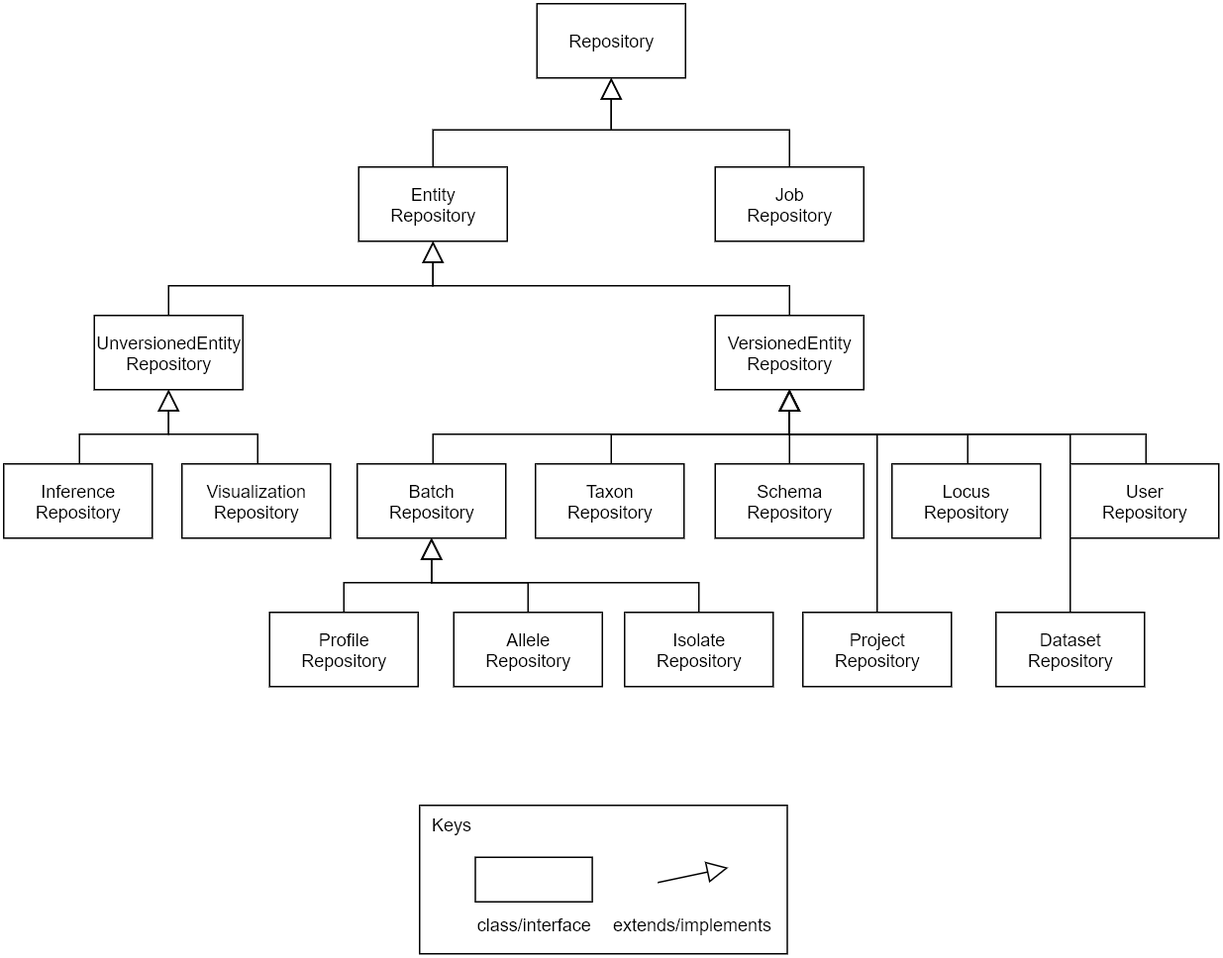
This is wiki/images/phylodb-generalization-repositories.png from phyloviz/phyloDB, a draw.io export, as it was before one commit. Source tidied: cells renumbered, new cells last; positions are measured from the earlier drawing's top-left corner, leaving out a move shared by most shapes. The source it was exported from:
```xml
<mxGraphModel>
  <root>
    <mxCell id="0" />
    <mxCell id="1" parent="0" />
    <mxCell id="2" value="Repository" style="html=1;" parent="1" vertex="1">
      <mxGeometry x="359" width="100" height="50" as="geometry" />
    </mxCell>
    <mxCell id="3" style="edgeStyle=orthogonalEdgeStyle;rounded=0;jettySize=auto;html=1;exitX=0.5;exitY=0;exitDx=0;exitDy=0;entryX=0.5;entryY=1;entryDx=0;entryDy=0;endArrow=block;endFill=0;endSize=12;" parent="1" edge="1" source="4" target="2">
      <mxGeometry relative="1" as="geometry" />
    </mxCell>
    <mxCell id="4" value="Entity&lt;br&gt;Repository" style="html=1;" parent="1" vertex="1">
      <mxGeometry x="239" y="110" width="100" height="50" as="geometry" />
    </mxCell>
    <mxCell id="5" style="edgeStyle=orthogonalEdgeStyle;rounded=0;jettySize=auto;html=1;exitX=0.5;exitY=0;exitDx=0;exitDy=0;entryX=0.5;entryY=1;entryDx=0;entryDy=0;endArrow=block;endFill=0;endSize=12;" parent="1" edge="1" source="6" target="4">
      <mxGeometry relative="1" as="geometry">
        <Array as="points">
          <mxPoint x="111" y="190" />
          <mxPoint x="289" y="190" />
        </Array>
      </mxGeometry>
    </mxCell>
    <mxCell id="6" value="UnversionedEntity&lt;br&gt;Repository" style="html=1;" parent="1" vertex="1">
      <mxGeometry x="61" y="210" width="100" height="50" as="geometry" />
    </mxCell>
    <mxCell id="7" style="edgeStyle=orthogonalEdgeStyle;rounded=0;jettySize=auto;html=1;exitX=0.5;exitY=0;exitDx=0;exitDy=0;entryX=0.5;entryY=1;entryDx=0;entryDy=0;endArrow=block;endFill=0;endSize=12;" parent="1" edge="1" source="8" target="4">
      <mxGeometry relative="1" as="geometry">
        <Array as="points">
          <mxPoint x="511" y="190" />
          <mxPoint x="329" y="190" />
        </Array>
      </mxGeometry>
    </mxCell>
    <mxCell id="8" value="VersionedEntity&lt;br&gt;Repository" style="html=1;" parent="1" vertex="1">
      <mxGeometry x="479" y="210" width="100" height="50" as="geometry" />
    </mxCell>
    <mxCell id="9" style="edgeStyle=orthogonalEdgeStyle;rounded=0;jettySize=auto;html=1;exitX=0.5;exitY=0;exitDx=0;exitDy=0;entryX=0.5;entryY=1;entryDx=0;entryDy=0;endArrow=block;endFill=0;endSize=12;" parent="1" edge="1" source="10" target="2">
      <mxGeometry relative="1" as="geometry" />
    </mxCell>
    <mxCell id="10" value="Job&lt;br&gt;Repository" style="html=1;" parent="1" vertex="1">
      <mxGeometry x="479" y="110" width="100" height="50" as="geometry" />
    </mxCell>
    <mxCell id="11" style="edgeStyle=orthogonalEdgeStyle;rounded=0;jettySize=auto;html=1;exitX=0.5;exitY=0;exitDx=0;exitDy=0;entryX=0.5;entryY=1;entryDx=0;entryDy=0;endArrow=block;endFill=0;endSize=12;" parent="1" edge="1" source="12" target="6">
      <mxGeometry relative="1" as="geometry">
        <Array as="points">
          <mxPoint x="171" y="310" />
          <mxPoint x="171" y="290" />
          <mxPoint x="111" y="290" />
        </Array>
      </mxGeometry>
    </mxCell>
    <mxCell id="12" value="Visualization&lt;br&gt;Repository" style="html=1;" parent="1" vertex="1">
      <mxGeometry x="120" y="310" width="100" height="50" as="geometry" />
    </mxCell>
    <mxCell id="13" style="edgeStyle=orthogonalEdgeStyle;rounded=0;jettySize=auto;html=1;exitX=0.5;exitY=0;exitDx=0;exitDy=0;entryX=0.5;entryY=1;entryDx=0;entryDy=0;endArrow=block;endFill=0;endSize=12;" parent="1" edge="1" source="14" target="6">
      <mxGeometry relative="1" as="geometry">
        <Array as="points">
          <mxPoint x="51" y="310" />
          <mxPoint x="51" y="290" />
          <mxPoint x="111" y="290" />
        </Array>
      </mxGeometry>
    </mxCell>
    <mxCell id="14" value="Inference&lt;br&gt;Repository" style="html=1;" parent="1" vertex="1">
      <mxGeometry y="310" width="100" height="50" as="geometry" />
    </mxCell>
    <mxCell id="15" style="edgeStyle=orthogonalEdgeStyle;rounded=0;jettySize=auto;html=1;exitX=0.5;exitY=0;exitDx=0;exitDy=0;startArrow=none;startFill=0;endArrow=block;endFill=0;endSize=12;entryX=0.5;entryY=1;entryDx=0;entryDy=0;" parent="1" edge="1" source="16" target="8">
      <mxGeometry relative="1" as="geometry" />
    </mxCell>
    <mxCell id="16" value="Schema&lt;br&gt;Repository" style="html=1;" parent="1" vertex="1">
      <mxGeometry x="479" y="310" width="100" height="50" as="geometry" />
    </mxCell>
    <mxCell id="17" style="edgeStyle=orthogonalEdgeStyle;rounded=0;jettySize=auto;html=1;exitX=0.5;exitY=0;exitDx=0;exitDy=0;entryX=0.5;entryY=1;entryDx=0;entryDy=0;startArrow=none;startFill=0;endArrow=block;endFill=0;endSize=12;" parent="1" edge="1" source="18" target="40">
      <mxGeometry relative="1" as="geometry">
        <Array as="points">
          <mxPoint x="229" y="390" />
          <mxPoint x="288" y="390" />
        </Array>
      </mxGeometry>
    </mxCell>
    <mxCell id="18" value="Profile&lt;br&gt;Repository" style="html=1;" parent="1" vertex="1">
      <mxGeometry x="179" y="410" width="100" height="50" as="geometry" />
    </mxCell>
    <mxCell id="19" style="edgeStyle=orthogonalEdgeStyle;rounded=0;jettySize=auto;html=1;exitX=0.5;exitY=0;exitDx=0;exitDy=0;entryX=0.5;entryY=1;entryDx=0;entryDy=0;startArrow=none;startFill=0;endArrow=block;endFill=0;endSize=12;" parent="1" edge="1" source="20" target="8">
      <mxGeometry relative="1" as="geometry">
        <Array as="points">
          <mxPoint x="718" y="290" />
          <mxPoint x="529" y="290" />
        </Array>
      </mxGeometry>
    </mxCell>
    <mxCell id="20" value="Dataset&lt;br&gt;Repository" style="html=1;" parent="1" vertex="1">
      <mxGeometry x="668" y="410" width="100" height="50" as="geometry" />
    </mxCell>
    <mxCell id="21" style="edgeStyle=orthogonalEdgeStyle;rounded=0;jettySize=auto;html=1;exitX=0.5;exitY=0;exitDx=0;exitDy=0;entryX=0.5;entryY=1;entryDx=0;entryDy=0;startArrow=none;startFill=0;endArrow=block;endFill=0;endSize=12;" parent="1" edge="1" source="22" target="40">
      <mxGeometry relative="1" as="geometry" />
    </mxCell>
    <mxCell id="22" value="Isolate&lt;br&gt;Repository" style="html=1;" parent="1" vertex="1">
      <mxGeometry x="418" y="410" width="100" height="50" as="geometry" />
    </mxCell>
    <mxCell id="23" style="edgeStyle=orthogonalEdgeStyle;rounded=0;jettySize=auto;html=1;exitX=0.5;exitY=0;exitDx=0;exitDy=0;entryX=0.5;entryY=1;entryDx=0;entryDy=0;startArrow=none;startFill=0;endArrow=block;endFill=0;endSize=12;" parent="1" edge="1" source="24" target="8">
      <mxGeometry relative="1" as="geometry">
        <Array as="points">
          <mxPoint x="769" y="310" />
          <mxPoint x="769" y="290" />
          <mxPoint x="529" y="290" />
        </Array>
      </mxGeometry>
    </mxCell>
    <mxCell id="24" value="User&lt;br&gt;Repository" style="html=1;" parent="1" vertex="1">
      <mxGeometry x="718" y="310" width="100" height="50" as="geometry" />
    </mxCell>
    <mxCell id="25" style="edgeStyle=orthogonalEdgeStyle;rounded=0;jettySize=auto;html=1;entryX=0.5;entryY=1;entryDx=0;entryDy=0;startArrow=none;startFill=0;endArrow=block;endFill=0;endSize=12;" parent="1" edge="1" source="26" target="8">
      <mxGeometry relative="1" as="geometry">
        <Array as="points">
          <mxPoint x="588" y="290" />
          <mxPoint x="529" y="290" />
        </Array>
      </mxGeometry>
    </mxCell>
    <mxCell id="26" value="Project&lt;br&gt;Repository" style="html=1;" parent="1" vertex="1">
      <mxGeometry x="538" y="410" width="100" height="50" as="geometry" />
    </mxCell>
    <mxCell id="27" style="edgeStyle=orthogonalEdgeStyle;rounded=0;jettySize=auto;html=1;exitX=0.5;exitY=0;exitDx=0;exitDy=0;entryX=0.5;entryY=1;entryDx=0;entryDy=0;startArrow=none;startFill=0;endArrow=block;endFill=0;endSize=12;" parent="1" edge="1" source="28" target="8">
      <mxGeometry relative="1" as="geometry">
        <Array as="points">
          <mxPoint x="409" y="310" />
          <mxPoint x="409" y="290" />
          <mxPoint x="529" y="290" />
        </Array>
      </mxGeometry>
    </mxCell>
    <mxCell id="28" value="Taxon&lt;br&gt;Repository" style="html=1;" parent="1" vertex="1">
      <mxGeometry x="358" y="310" width="100" height="50" as="geometry" />
    </mxCell>
    <mxCell id="29" style="edgeStyle=orthogonalEdgeStyle;rounded=0;jettySize=auto;html=1;exitX=0.5;exitY=0;exitDx=0;exitDy=0;entryX=0.5;entryY=1;entryDx=0;entryDy=0;startArrow=none;startFill=0;endArrow=block;endFill=0;endSize=12;" parent="1" edge="1" source="30" target="8">
      <mxGeometry relative="1" as="geometry">
        <Array as="points">
          <mxPoint x="649" y="310" />
          <mxPoint x="649" y="290" />
          <mxPoint x="529" y="290" />
        </Array>
      </mxGeometry>
    </mxCell>
    <mxCell id="30" value="Locus&lt;br&gt;Repository" style="html=1;" parent="1" vertex="1">
      <mxGeometry x="598" y="310" width="100" height="50" as="geometry" />
    </mxCell>
    <mxCell id="31" style="edgeStyle=orthogonalEdgeStyle;rounded=0;jettySize=auto;html=1;exitX=0.5;exitY=0;exitDx=0;exitDy=0;entryX=0.5;entryY=1;entryDx=0;entryDy=0;startArrow=none;startFill=0;endArrow=block;endFill=0;endSize=12;" parent="1" edge="1" source="32" target="40">
      <mxGeometry relative="1" as="geometry" />
    </mxCell>
    <mxCell id="32" value="Allele&lt;br&gt;Repository" style="html=1;" parent="1" vertex="1">
      <mxGeometry x="303" y="410" width="100" height="50" as="geometry" />
    </mxCell>
    <mxCell id="33" style="group;" parent="1" vertex="1">
      <mxGeometry x="280" y="540" width="247.5" height="100" as="geometry" />
    </mxCell>
    <mxCell id="34" value="&amp;nbsp; Keys" style="rounded=0;whiteSpace=wrap;html=1;align=left;verticalAlign=top;" parent="33" vertex="1">
      <mxGeometry width="247.5" height="100" as="geometry" />
    </mxCell>
    <mxCell id="35" style="endArrow=block;html=1;exitX=1;exitY=0.5;exitDx=0;exitDy=0;startArrow=none;startFill=0;endFill=0;endSize=12;" parent="33" edge="1">
      <mxGeometry relative="1" as="geometry">
        <mxPoint x="160.3" y="52" as="sourcePoint" />
        <mxPoint x="207.7" y="42" as="targetPoint" />
      </mxGeometry>
    </mxCell>
    <mxCell id="36" value="extends/implements" style="text;html=1;strokeColor=none;fillColor=none;align=center;verticalAlign=middle;whiteSpace=wrap;rounded=0;" parent="33" vertex="1">
      <mxGeometry x="139" y="70" width="89.5" height="20" as="geometry" />
    </mxCell>
    <mxCell id="37" value="class/interface" style="text;html=1;strokeColor=none;fillColor=none;align=center;verticalAlign=middle;whiteSpace=wrap;rounded=0;" parent="33" vertex="1">
      <mxGeometry x="45.5" y="70" width="62.7" height="20" as="geometry" />
    </mxCell>
    <mxCell id="38" style="rounded=0;whiteSpace=wrap;html=1;" parent="33" vertex="1">
      <mxGeometry x="37.5" y="35" width="78.7" height="30" as="geometry" />
    </mxCell>
    <mxCell id="39" style="edgeStyle=orthogonalEdgeStyle;rounded=0;jettySize=auto;html=1;exitX=0.5;exitY=0;exitDx=0;exitDy=0;startArrow=none;startFill=0;endArrow=block;endFill=0;endSize=12;" parent="1" edge="1" source="40" target="8">
      <mxGeometry relative="1" as="geometry">
        <Array as="points">
          <mxPoint x="289" y="310" />
          <mxPoint x="289" y="290" />
          <mxPoint x="529" y="290" />
        </Array>
      </mxGeometry>
    </mxCell>
    <mxCell id="40" value="Batch&lt;br&gt;Repository" style="html=1;" parent="1" vertex="1">
      <mxGeometry x="238" y="310" width="100" height="50" as="geometry" />
    </mxCell>
  </root>
</mxGraphModel>
```
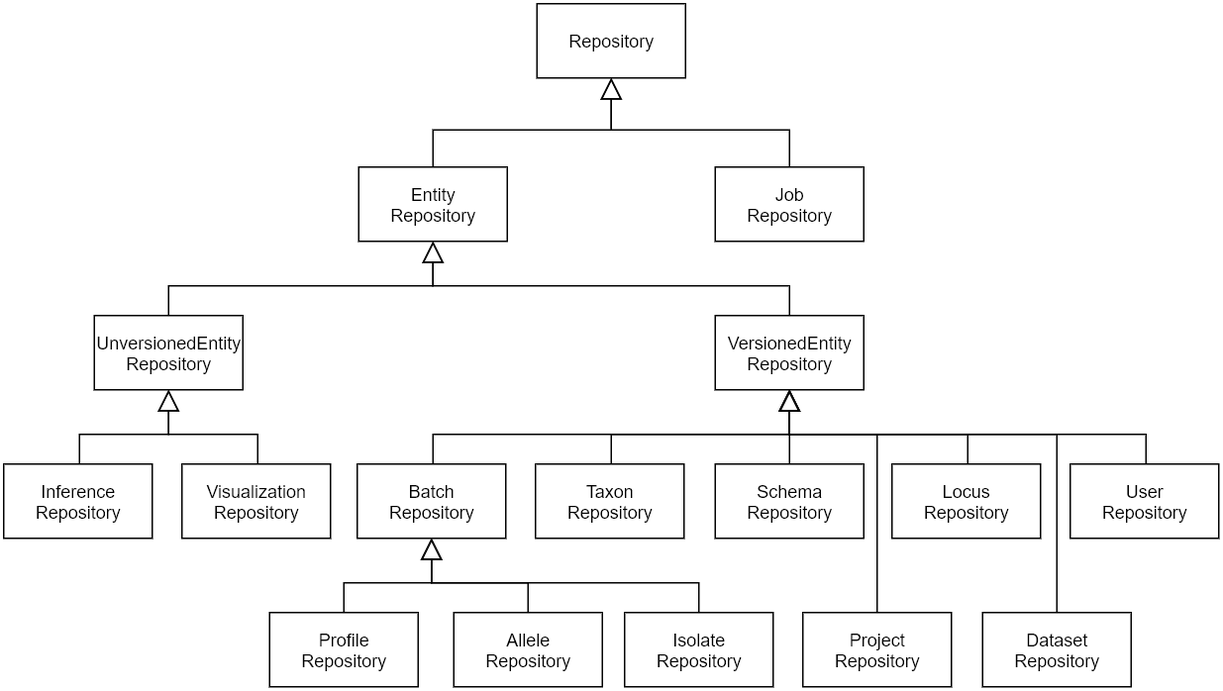
Later version of the same file.

Diff of the diagram source:
```diff
@@ -83,13 +83,14 @@
     <mxCell id="19" style="edgeStyle=orthogonalEdgeStyle;rounded=0;jettySize=auto;html=1;exitX=0.5;exitY=0;exitDx=0;exitDy=0;entryX=0.5;entryY=1;entryDx=0;entryDy=0;startArrow=none;startFill=0;endArrow=block;endFill=0;endSize=12;" parent="1" edge="1" source="20" target="8">
       <mxGeometry relative="1" as="geometry">
         <Array as="points">
-          <mxPoint x="718" y="290" />
+          <mxPoint x="709" y="410" />
+          <mxPoint x="709" y="290" />
           <mxPoint x="529" y="290" />
         </Array>
       </mxGeometry>
     </mxCell>
     <mxCell id="20" value="Dataset&lt;br&gt;Repository" style="html=1;" parent="1" vertex="1">
-      <mxGeometry x="668" y="410" width="100" height="50" as="geometry" />
+      <mxGeometry x="659" y="410" width="100" height="50" as="geometry" />
     </mxCell>
     <mxCell id="21" style="edgeStyle=orthogonalEdgeStyle;rounded=0;jettySize=auto;html=1;exitX=0.5;exitY=0;exitDx=0;exitDy=0;entryX=0.5;entryY=1;entryDx=0;entryDy=0;startArrow=none;startFill=0;endArrow=block;endFill=0;endSize=12;" parent="1" edge="1" source="22" target="40">
       <mxGeometry relative="1" as="geometry" />
@@ -150,27 +151,6 @@
     <mxCell id="32" value="Allele&lt;br&gt;Repository" style="html=1;" parent="1" vertex="1">
       <mxGeometry x="303" y="410" width="100" height="50" as="geometry" />
     </mxCell>
-    <mxCell id="33" style="group;" parent="1" vertex="1">
-      <mxGeometry x="280" y="540" width="247.5" height="100" as="geometry" />
-    </mxCell>
-    <mxCell id="34" value="&amp;nbsp; Keys" style="rounded=0;whiteSpace=wrap;html=1;align=left;verticalAlign=top;" parent="33" vertex="1">
-      <mxGeometry width="247.5" height="100" as="geometry" />
-    </mxCell>
-    <mxCell id="35" style="endArrow=block;html=1;exitX=1;exitY=0.5;exitDx=0;exitDy=0;startArrow=none;startFill=0;endFill=0;endSize=12;" parent="33" edge="1">
-      <mxGeometry relative="1" as="geometry">
-        <mxPoint x="160.3" y="52" as="sourcePoint" />
-        <mxPoint x="207.7" y="42" as="targetPoint" />
-      </mxGeometry>
-    </mxCell>
-    <mxCell id="36" value="extends/implements" style="text;html=1;strokeColor=none;fillColor=none;align=center;verticalAlign=middle;whiteSpace=wrap;rounded=0;" parent="33" vertex="1">
-      <mxGeometry x="139" y="70" width="89.5" height="20" as="geometry" />
-    </mxCell>
-    <mxCell id="37" value="class/interface" style="text;html=1;strokeColor=none;fillColor=none;align=center;verticalAlign=middle;whiteSpace=wrap;rounded=0;" parent="33" vertex="1">
-      <mxGeometry x="45.5" y="70" width="62.7" height="20" as="geometry" />
-    </mxCell>
-    <mxCell id="38" style="rounded=0;whiteSpace=wrap;html=1;" parent="33" vertex="1">
-      <mxGeometry x="37.5" y="35" width="78.7" height="30" as="geometry" />
-    </mxCell>
     <mxCell id="39" style="edgeStyle=orthogonalEdgeStyle;rounded=0;jettySize=auto;html=1;exitX=0.5;exitY=0;exitDx=0;exitDy=0;startArrow=none;startFill=0;endArrow=block;endFill=0;endSize=12;" parent="1" edge="1" source="40" target="8">
       <mxGeometry relative="1" as="geometry">
         <Array as="points">
```
